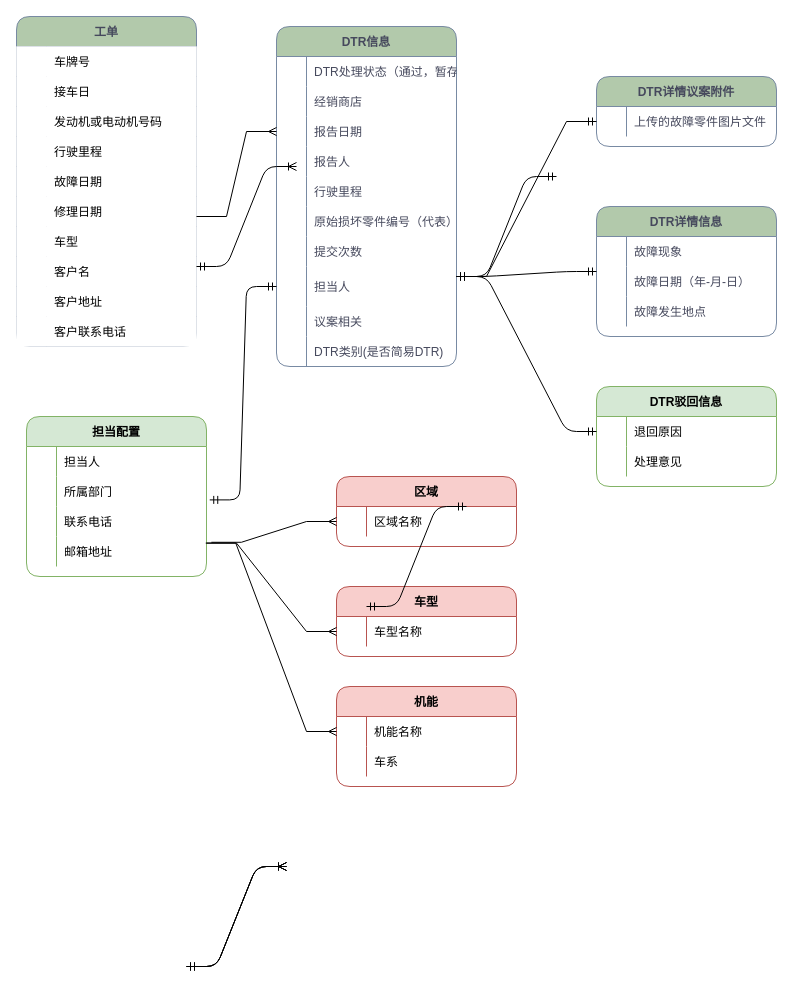
This is images/聚合根.drawio from 1132489442/designer, a draw.io file, before an edit. Source tidied: cells renumbered, new cells numbered last; positions are measured from the earlier drawing's top-left corner, leaving out a move shared by most shapes. Both pictures are drawn from the tidied source at 100%, with x=0, y=0 at pixel (16, 16).
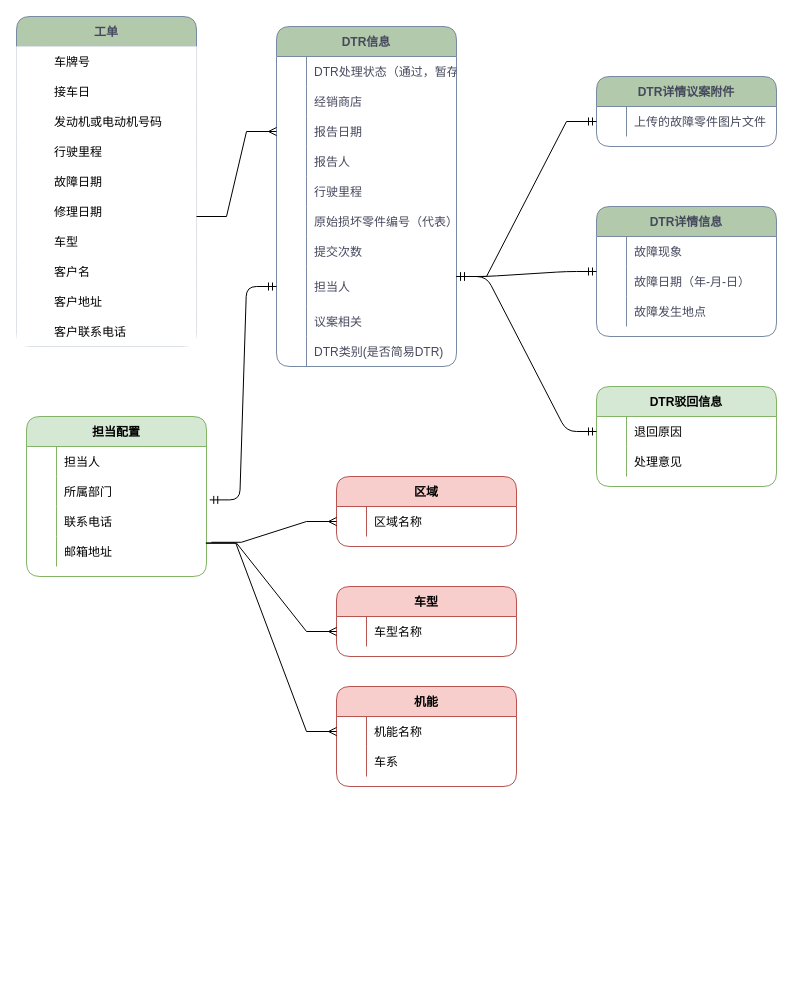
The same page after the edit.

Commit message:
更新聚合根.drawio

Diff of the diagram source:
```diff
@@
-    <mxCell id="106" style="edgeStyle=entityRelationEdgeStyle;fontSize=12;html=1;endArrow=ERmandOne;startArrow=ERmandOne;rounded=1;entryX=0;entryY=0.5;entryDx=0;entryDy=0;" parent="1" edge="1">
-      <mxGeometry relative="1" as="geometry">
-        <mxPoint x="440" y="260" as="sourcePoint" />
-        <mxPoint x="540" y="160" as="targetPoint" />
-      </mxGeometry>
-    </mxCell>
@@
-    <mxCell id="109" style="edgeStyle=entityRelationEdgeStyle;fontSize=12;html=1;endArrow=ERoneToMany;startArrow=ERmandOne;rounded=1;entryX=0;entryY=0.5;entryDx=0;entryDy=0;" parent="1" edge="1">
-      <mxGeometry relative="1" as="geometry">
-        <mxPoint x="170" y="950" as="sourcePoint" />
-        <mxPoint x="270" y="850" as="targetPoint" />
-      </mxGeometry>
-    </mxCell>
-    <mxCell id="110" style="edgeStyle=entityRelationEdgeStyle;fontSize=12;html=1;endArrow=ERoneToMany;startArrow=ERmandOne;rounded=1;entryX=0;entryY=0.5;entryDx=0;entryDy=0;" parent="1" edge="1">
-      <mxGeometry relative="1" as="geometry">
-        <mxPoint x="170" y="950" as="sourcePoint" />
-        <mxPoint x="270" y="850" as="targetPoint" />
-      </mxGeometry>
-    </mxCell>
-    <mxCell id="111" style="edgeStyle=entityRelationEdgeStyle;fontSize=12;html=1;endArrow=ERoneToMany;startArrow=ERmandOne;rounded=1;entryX=0;entryY=0.5;entryDx=0;entryDy=0;" parent="1" edge="1">
-      <mxGeometry relative="1" as="geometry">
-        <mxPoint x="170" y="950" as="sourcePoint" />
-        <mxPoint x="270" y="850" as="targetPoint" />
-      </mxGeometry>
-    </mxCell>
-    <mxCell id="112" style="edgeStyle=entityRelationEdgeStyle;fontSize=12;html=1;endArrow=ERoneToMany;startArrow=ERmandOne;rounded=1;entryX=0;entryY=0.5;entryDx=0;entryDy=0;" parent="1" edge="1">
-      <mxGeometry relative="1" as="geometry">
-        <mxPoint x="180" y="250" as="sourcePoint" />
-        <mxPoint x="280" y="150" as="targetPoint" />
-      </mxGeometry>
-    </mxCell>
@@
-    <mxCell id="120" style="edgeStyle=entityRelationEdgeStyle;fontSize=12;html=1;endArrow=ERmandOne;startArrow=ERmandOne;rounded=1;entryX=0.611;entryY=1.14;entryDx=0;entryDy=0;entryPerimeter=0;" parent="1" edge="1">
-      <mxGeometry relative="1" as="geometry">
-        <mxPoint x="350" y="590" as="sourcePoint" />
-        <mxPoint x="450" y="490" as="targetPoint" />
-      </mxGeometry>
-    </mxCell>
```
